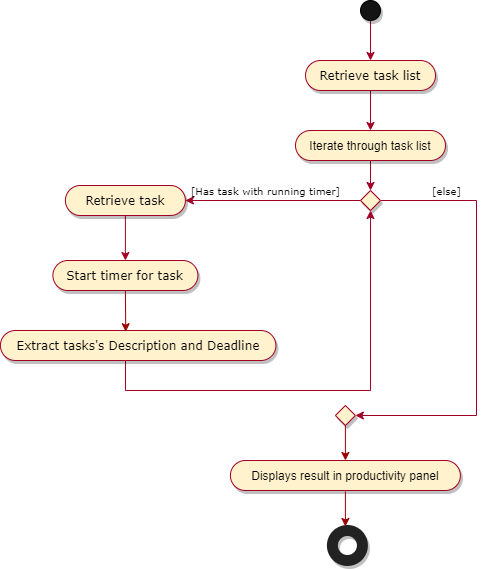
This is images/TimerPanelActivityDiagram.png from AY1920S2-CS2103-F09-2/main, a draw.io export, as it was before one commit. Source tidied: cells renumbered, new cells last; positions are measured from the earlier drawing's top-left corner, leaving out a move shared by most shapes. The source it was exported from:
```xml
<mxGraphModel>
  <root>
    <mxCell id="0" />
    <mxCell id="1" parent="0" />
    <mxCell id="2" style="edgeStyle=orthogonalEdgeStyle;rounded=0;jettySize=auto;html=1;startArrow=none;startFill=0;endArrow=classic;endFill=1;strokeColor=#A20025;" parent="1" edge="1" source="3" target="10">
      <mxGeometry relative="1" as="geometry" />
    </mxCell>
    <mxCell id="3" style="ellipse;whiteSpace=wrap;html=1;fillColor=#141414;shadow=1;" parent="1" vertex="1">
      <mxGeometry x="360" width="20" height="20" as="geometry" />
    </mxCell>
    <mxCell id="4" style="edgeStyle=orthogonalEdgeStyle;rounded=0;jettySize=auto;html=1;startArrow=none;startFill=0;endArrow=classic;endFill=1;strokeColor=#A20025;fontFamily=Verdana;" parent="1" edge="1" source="5" target="8">
      <mxGeometry relative="1" as="geometry" />
    </mxCell>
    <mxCell id="5" value="Iterate through task list" style="whiteSpace=wrap;html=1;rounded=1;arcSize=50;align=center;verticalAlign=middle;strokeWidth=1;spacing=4;newEdgeStyle={&quot;edgeStyle&quot;:&quot;entityRelationEdgeStyle&quot;,&quot;startArrow&quot;:&quot;none&quot;,&quot;endArrow&quot;:&quot;none&quot;,&quot;segment&quot;:10,&quot;curved&quot;:1};shadow=1;fillColor=#fff2cc;strokeColor=#A20025;" parent="1" vertex="1">
      <mxGeometry x="295" y="130" width="150" height="30" as="geometry" />
    </mxCell>
    <mxCell id="6" style="edgeStyle=orthogonalEdgeStyle;rounded=0;jettySize=auto;html=1;startArrow=none;startFill=0;endArrow=classic;endFill=1;strokeColor=#A20025;fontFamily=Verdana;exitX=0.25;exitY=0.5;exitDx=0;exitDy=0;exitPerimeter=0;" parent="1" edge="1" source="8" target="12">
      <mxGeometry relative="1" as="geometry" />
    </mxCell>
    <mxCell id="7" style="edgeStyle=orthogonalEdgeStyle;rounded=0;jettySize=auto;html=1;exitX=1;exitY=0.5;exitDx=0;exitDy=0;startArrow=none;startFill=0;endArrow=classic;endFill=1;strokeColor=#A20025;fontFamily=Verdana;entryX=1;entryY=0.5;entryDx=0;entryDy=0;entryPerimeter=0;" parent="1" edge="1" source="8" target="19">
      <mxGeometry relative="1" as="geometry">
        <Array as="points">
          <mxPoint x="476" y="200" />
          <mxPoint x="476" y="415" />
        </Array>
      </mxGeometry>
    </mxCell>
    <mxCell id="8" style="rhombus;whiteSpace=wrap;html=1;shadow=1;strokeColor=#A20025;fillColor=#fff2cc;" parent="1" vertex="1">
      <mxGeometry x="360" y="190" width="20" height="20" as="geometry" />
    </mxCell>
    <mxCell id="9" style="edgeStyle=orthogonalEdgeStyle;rounded=0;jettySize=auto;html=1;startArrow=none;startFill=0;endArrow=classic;endFill=1;strokeColor=#A20025;" parent="1" edge="1" source="10" target="5">
      <mxGeometry relative="1" as="geometry" />
    </mxCell>
    <mxCell id="10" value="Retrieve task list" style="whiteSpace=wrap;rounded=1;arcSize=50;align=center;verticalAlign=middle;strokeWidth=1;spacing=4;newEdgeStyle={&quot;edgeStyle&quot;:&quot;entityRelationEdgeStyle&quot;,&quot;startArrow&quot;:&quot;none&quot;,&quot;endArrow&quot;:&quot;none&quot;,&quot;segment&quot;:10,&quot;curved&quot;:1};shadow=1;fillColor=#fff2cc;strokeColor=#A20025;horizontal=1;fontFamily=Verdana;" parent="1" vertex="1">
      <mxGeometry x="305" y="60" width="130" height="30" as="geometry" />
    </mxCell>
    <mxCell id="11" style="edgeStyle=orthogonalEdgeStyle;rounded=0;jettySize=auto;html=1;exitX=0.5;exitY=1;exitDx=0;exitDy=0;startArrow=none;startFill=0;endArrow=classic;endFill=1;strokeColor=#A20025;fontFamily=Verdana;" parent="1" edge="1" source="12">
      <mxGeometry relative="1" as="geometry">
        <mxPoint x="124.9" y="260" as="targetPoint" />
        <Array as="points">
          <mxPoint x="124.9" y="250" />
        </Array>
      </mxGeometry>
    </mxCell>
    <mxCell id="12" value="Retrieve task" style="whiteSpace=wrap;html=1;rounded=1;arcSize=50;align=center;verticalAlign=middle;strokeWidth=1;spacing=4;newEdgeStyle={&quot;edgeStyle&quot;:&quot;entityRelationEdgeStyle&quot;,&quot;startArrow&quot;:&quot;none&quot;,&quot;endArrow&quot;:&quot;none&quot;,&quot;segment&quot;:10,&quot;curved&quot;:1};shadow=1;fillColor=#fff2cc;strokeColor=#A20025;fontFamily=Verdana;" parent="1" vertex="1">
      <mxGeometry x="64.9" y="185" width="120" height="30" as="geometry" />
    </mxCell>
    <mxCell id="13" value="&lt;span style=&quot;font-size: 10px&quot;&gt;[Has task with running timer]&lt;/span&gt;" style="text;html=1;align=center;verticalAlign=middle;fontFamily=Verdana;" parent="1" vertex="1">
      <mxGeometry x="184.9" y="180" width="160" height="20" as="geometry" />
    </mxCell>
    <mxCell id="14" value="Displays result in productivity panel" style="whiteSpace=wrap;html=1;rounded=1;arcSize=50;align=center;verticalAlign=middle;strokeWidth=1;spacing=4;newEdgeStyle={&quot;edgeStyle&quot;:&quot;entityRelationEdgeStyle&quot;,&quot;startArrow&quot;:&quot;none&quot;,&quot;endArrow&quot;:&quot;none&quot;,&quot;segment&quot;:10,&quot;curved&quot;:1};shadow=1;fillColor=#fff2cc;strokeColor=#A20025;" parent="1" vertex="1">
      <mxGeometry x="229.9" y="460" width="230" height="30" as="geometry" />
    </mxCell>
    <mxCell id="15" style="html=1;verticalLabelPosition=bottom;labelBackgroundColor=#ffffff;verticalAlign=top;shadow=1;dashed=0;strokeWidth=11;shape=mxgraph.ios7.misc.circle;strokeColor=#222222;fillColor=none;fontFamily=Verdana;align=center;" parent="1" vertex="1">
      <mxGeometry x="331.9" y="530" width="30" height="30" as="geometry" />
    </mxCell>
    <mxCell id="16" value="&lt;font style=&quot;font-size: 10px&quot;&gt;[else]&lt;/font&gt;" style="text;html=1;align=center;verticalAlign=middle;fontFamily=Verdana;" parent="1" vertex="1">
      <mxGeometry x="426" y="180" width="40" height="20" as="geometry" />
    </mxCell>
    <mxCell id="17" value="Start timer for task" style="whiteSpace=wrap;html=1;rounded=1;arcSize=50;align=center;verticalAlign=middle;strokeWidth=1;spacing=4;newEdgeStyle={&quot;edgeStyle&quot;:&quot;entityRelationEdgeStyle&quot;,&quot;startArrow&quot;:&quot;none&quot;,&quot;endArrow&quot;:&quot;none&quot;,&quot;segment&quot;:10,&quot;curved&quot;:1};shadow=1;fillColor=#fff2cc;strokeColor=#A20025;fontFamily=Verdana;" parent="1" vertex="1">
      <mxGeometry x="52.4" y="260" width="145" height="30" as="geometry" />
    </mxCell>
    <mxCell id="18" style="edgeStyle=orthogonalEdgeStyle;rounded=0;jettySize=auto;html=1;startArrow=none;startFill=0;endArrow=classic;endFill=1;strokeColor=#A20025;fontFamily=Verdana;entryX=0.5;entryY=1;entryDx=0;entryDy=0;" parent="1" edge="1" source="22" target="8">
      <mxGeometry relative="1" as="geometry">
        <Array as="points">
          <mxPoint x="125" y="390" />
          <mxPoint x="370" y="390" />
        </Array>
      </mxGeometry>
    </mxCell>
    <mxCell id="19" style="rhombus;whiteSpace=wrap;html=1;shadow=1;strokeColor=#A20025;fillColor=#fff2cc;" parent="1" vertex="1">
      <mxGeometry x="334.9" y="405" width="20" height="20" as="geometry" />
    </mxCell>
    <mxCell id="20" style="endArrow=classic;html=1;strokeColor=#990000;entryX=0.5;entryY=0;entryDx=0;entryDy=0;exitX=0.5;exitY=1;exitDx=0;exitDy=0;" parent="1" edge="1" source="19" target="14">
      <mxGeometry relative="1" as="geometry" />
    </mxCell>
    <mxCell id="21" style="endArrow=classic;html=1;strokeColor=#990000;entryX=0.5;entryY=0;entryDx=0;entryDy=0;exitX=0.5;exitY=1;exitDx=0;exitDy=0;" parent="1" edge="1">
      <mxGeometry relative="1" as="geometry">
        <mxPoint x="344.9" y="491" as="sourcePoint" />
        <mxPoint x="344.9" y="526" as="targetPoint" />
      </mxGeometry>
    </mxCell>
    <mxCell id="22" value="Extract tasks's Description and Deadline" style="whiteSpace=wrap;html=1;rounded=1;arcSize=50;align=center;verticalAlign=middle;strokeWidth=1;spacing=4;newEdgeStyle={&quot;edgeStyle&quot;:&quot;entityRelationEdgeStyle&quot;,&quot;startArrow&quot;:&quot;none&quot;,&quot;endArrow&quot;:&quot;none&quot;,&quot;segment&quot;:10,&quot;curved&quot;:1};shadow=1;fillColor=#fff2cc;strokeColor=#A20025;fontFamily=Verdana;" parent="1" vertex="1">
      <mxGeometry x="-0.1" y="330" width="275.5" height="30" as="geometry" />
    </mxCell>
    <mxCell id="23" style="endArrow=classic;html=1;exitX=0.5;exitY=1;exitDx=0;exitDy=0;entryX=0.455;entryY=0.041;entryDx=0;entryDy=0;entryPerimeter=0;strokeColor=#990000;" parent="1" edge="1" source="17" target="22">
      <mxGeometry relative="1" as="geometry" />
    </mxCell>
  </root>
</mxGraphModel>
```
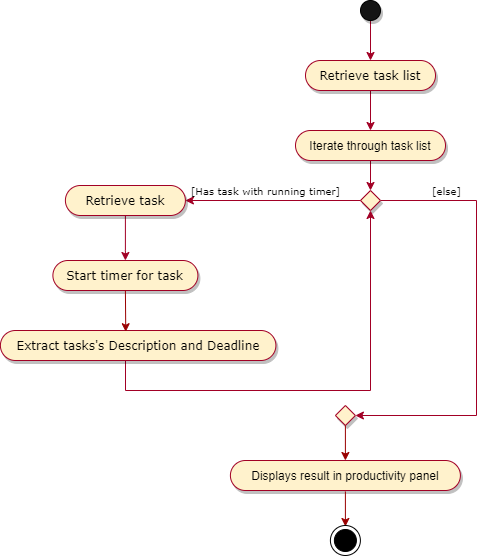
Later version of the same file.

The edit, as a diff of the source:
```diff
@@ -51,9 +51,6 @@
     <mxCell id="14" value="Displays result in productivity panel" style="whiteSpace=wrap;html=1;rounded=1;arcSize=50;align=center;verticalAlign=middle;strokeWidth=1;spacing=4;newEdgeStyle={&quot;edgeStyle&quot;:&quot;entityRelationEdgeStyle&quot;,&quot;startArrow&quot;:&quot;none&quot;,&quot;endArrow&quot;:&quot;none&quot;,&quot;segment&quot;:10,&quot;curved&quot;:1};shadow=1;fillColor=#fff2cc;strokeColor=#A20025;" parent="1" vertex="1">
       <mxGeometry x="229.9" y="460" width="230" height="30" as="geometry" />
     </mxCell>
-    <mxCell id="15" style="html=1;verticalLabelPosition=bottom;labelBackgroundColor=#ffffff;verticalAlign=top;shadow=1;dashed=0;strokeWidth=11;shape=mxgraph.ios7.misc.circle;strokeColor=#222222;fillColor=none;fontFamily=Verdana;align=center;" parent="1" vertex="1">
-      <mxGeometry x="331.9" y="530" width="30" height="30" as="geometry" />
-    </mxCell>
     <mxCell id="16" value="&lt;font style=&quot;font-size: 10px&quot;&gt;[else]&lt;/font&gt;" style="text;html=1;align=center;verticalAlign=middle;fontFamily=Verdana;" parent="1" vertex="1">
       <mxGeometry x="426" y="180" width="40" height="20" as="geometry" />
     </mxCell>
@@ -86,5 +83,8 @@
     <mxCell id="23" style="endArrow=classic;html=1;exitX=0.5;exitY=1;exitDx=0;exitDy=0;entryX=0.455;entryY=0.041;entryDx=0;entryDy=0;entryPerimeter=0;strokeColor=#990000;" parent="1" edge="1" source="17" target="22">
       <mxGeometry relative="1" as="geometry" />
     </mxCell>
+    <mxCell id="24" style="ellipse;html=1;shape=endState;fillColor=#000000;strokeColor=#000000;" parent="1" vertex="1">
+      <mxGeometry x="329.9" y="525" width="30" height="30" as="geometry" />
+    </mxCell>
   </root>
 </mxGraphModel>
```
